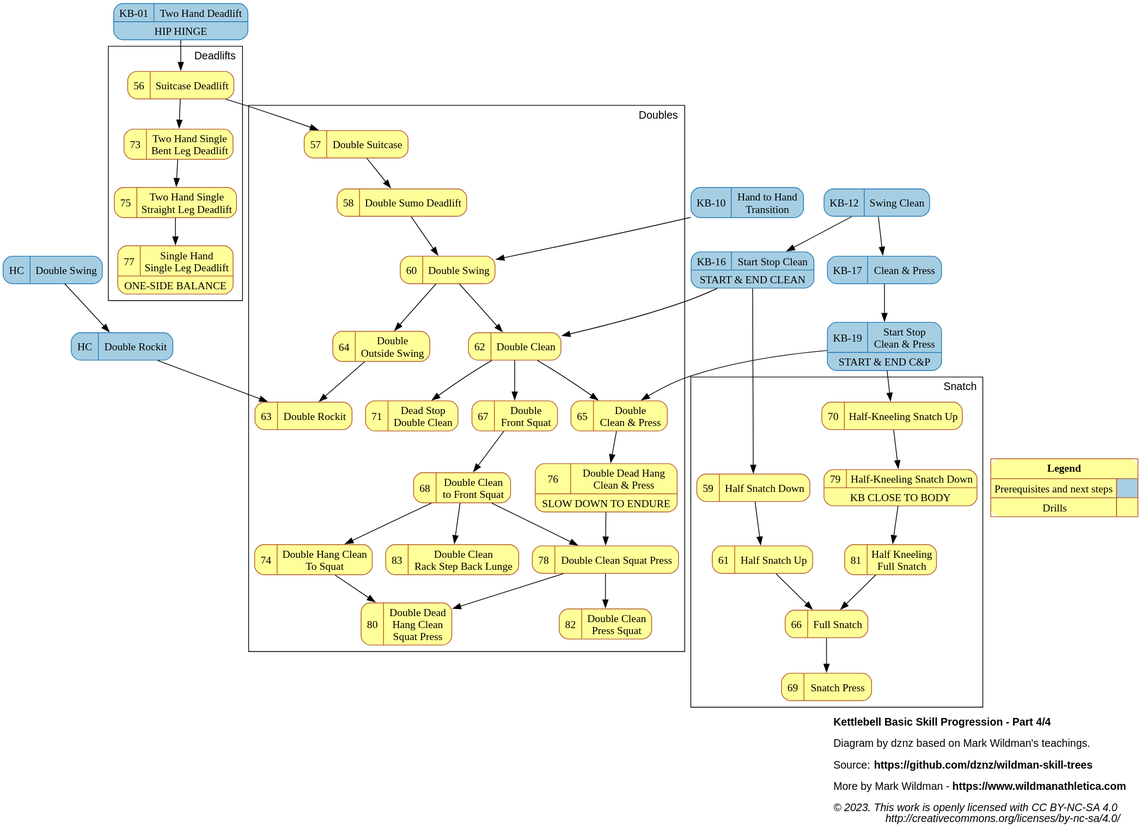
Earlier version of the PlantUML export dist/kb_progression_4.svg (dznz/wildman-skill-trees). Its source is kept beside it as src/kb/kb_progression_4.puml. Source of this version:
```plantuml
@startdot kb_progression_4
digraph kb_progression {

  label=<
<B>Kettlebell Basic Skill Progression - Part 4/4</B><BR ALIGN="LEFT"/><BR ALIGN="LEFT"/>
Diagram by dznz based on Mark Wildman's teachings.<BR ALIGN="LEFT"/><BR ALIGN="LEFT"/>
Source: <B>https://github.com/dznz/wildman-skill-trees</B><BR ALIGN="LEFT"/><BR ALIGN="LEFT"/>
More by Mark Wildman - <B>https://www.wildmanathletica.com</B><BR ALIGN="LEFT"/><BR ALIGN="LEFT"/>
<I>
© 2023. This work is openly licensed with CC BY-NC-SA 4.0<BR ALIGN="RIGHT"/>
http://creativecommons.org/licenses/by-nc-sa/4.0/<BR ALIGN="RIGHT"/>
</I>
  >
  graph [labeljust=r]
  graph [fontname="Helvetica,Arial,sans-serif"]

  node [colorscheme="paired12"]
  node [shape=record]
  node [style="rounded,filled"]
  node [color=12, fillcolor=11]

  subgraph pre {
    node [color=2, fillcolor=1]
    ext_hc_dblswing    [label="{{HC|Double Swing}}"]
    ext_hc_dblrockit   [label="{{HC|Double Rockit}}"]

    mov_01_deadlift       [label="{{KB-01|Two Hand Deadlift}|HIP HINGE}"               URL="https://www.youtube.com/watch?v=x0XkmM34BPI&list=PLk4oYPJ7TXKhX8YqA2AVrfgs_pEF6p7KA&index=1"];
    mov_10_h2h            [label="{{KB-10|Hand to Hand\nTransition}}"                  URL="https://www.youtube.com/watch?v=0Uk0Rdm3QFs&list=PLk4oYPJ7TXKhX8YqA2AVrfgs_pEF6p7KA&index=10"]
    mov_12_clean          [label="KB-12|Swing Clean"                                   URL="https://www.youtube.com/watch?v=_nIsSXWs5iU&list=PLk4oYPJ7TXKhX8YqA2AVrfgs_pEF6p7KA&index=12"]
    mov_16_startstopclean [label="{{KB-16|Start Stop Clean}|START & END CLEAN}"        URL="https://www.youtube.com/watch?v=XbK3jxI0WNQ&list=PLk4oYPJ7TXKhX8YqA2AVrfgs_pEF6p7KA&index=16"]
    mov_17_cap            [label="KB-17|Clean & Press"                                 URL="https://www.youtube.com/watch?v=SSxB3m5qRas&list=PLk4oYPJ7TXKhX8YqA2AVrfgs_pEF6p7KA&index=17"]
    mov_19_startstopcap   [label="{{KB-19|Start Stop\nClean & Press}|START & END C&P}" URL="https://www.youtube.com/watch?v=dSj3kqbuois&list=PLk4oYPJ7TXKhX8YqA2AVrfgs_pEF6p7KA&index=19"]

  }

  mov_56_suitcasedl         [label="{{56|Suitcase Deadlift}}"                               URL="https://www.youtube.com/watch?v=d6i6MwVOmk0&list=PLk4oYPJ7TXKhX8YqA2AVrfgs_pEF6p7KA&index=58"];
  mov_57_dblsuitcase        [label="{{57|Double Suitcase}}"                                 URL="https://www.youtube.com/watch?v=4PSOSrDcGfc&list=PLk4oYPJ7TXKhX8YqA2AVrfgs_pEF6p7KA&index=59"];
  mov_58_dblsumodl          [label="{{58|Double Sumo Deadlift}}"                            URL="https://www.youtube.com/watch?v=gdutIla6nMw"];
  mov_59_halfsnatchdown     [label="{{59|Half Snatch Down}}"                                URL="https://www.youtube.com/watch?v=u2NbMtX_Rb0&list=PLk4oYPJ7TXKhX8YqA2AVrfgs_pEF6p7KA&index=60"];
  mov_60_dblswing           [label="{{60|Double Swing}}"                                    URL="https://www.youtube.com/watch?v=P5IFTJySA_s&list=PLk4oYPJ7TXKhX8YqA2AVrfgs_pEF6p7KA&index=61"];
  mov_61_halfsnatchup       [label="{{61|Half Snatch Up}}"                                  URL="https://www.youtube.com/watch?v=3HEmUyLYjjc"];
  mov_62_dblclean           [label="{{62|Double Clean}}"                                    URL="https://www.youtube.com/watch?v=Qe9ejhAtdGY&list=PLk4oYPJ7TXKhX8YqA2AVrfgs_pEF6p7KA&index=62"];
  //63 is missing, so we put the Double Rockit in its place
  mov_63_dblrockit          [label="{{63|Double Rockit}}"                     URL="https://www.youtube.com/watch?v=zXB6hFrrBkA&list=PLk4oYPJ7TXKhX8YqA2AVrfgs_pEF6p7KA&index=63"];
  mov_64_dbloutswing        [label="{{64|Double\nOutside Swing}}"             URL="https://www.youtube.com/watch?v=yr_fRgGevsE"];
  mov_65_dblcap             [label="{{65|Double\nClean & Press}}"             URL="https://www.youtube.com/watch?v=RizGV8ef--s"];
  mov_66_snatch             [label="{{66|Full Snatch}}"                       URL="https://www.youtube.com/watch?v=f-zkPiAlpQw&list=PLk4oYPJ7TXKhX8YqA2AVrfgs_pEF6p7KA&index=65"];
  mov_67_dblsquat           [label="{{67|Double\nFront Squat}}"               URL="https://www.youtube.com/watch?v=dX5yXJa5Dm0&list=PLk4oYPJ7TXKhX8YqA2AVrfgs_pEF6p7KA&index=66"];
  mov_68_dblclean2squat     [label="{{68|Double Clean\nto Front Squat}}"      URL="https://www.youtube.com/watch?v=R3s6Wb_ApHM"];
  mov_69_snatchpress        [label="{{69|Snatch Press}}"                      URL="https://www.youtube.com/watch?v=IzFPa_Q1yHM&list=PLk4oYPJ7TXKhX8YqA2AVrfgs_pEF6p7KA&index=67"];
  mov_70_kneelsnatchup      [label="{{70|Half-Kneeling Snatch Up}}"           URL="https://www.youtube.com/watch?v=1_UrK5SopL4"];
  mov_71_deaddblclean       [label="{{71|Dead Stop\nDouble Clean}}"           URL="https://www.youtube.com/watch?v=22bKQqMqAQY"];
  // 72|Deck Squat is in part 3
  mov_73_2hsbldl            [label="{{73|Two Hand Single\nBent Leg Deadlift}}"                  URL="https://www.youtube.com/watch?v=-RD1qqe7P8M"];
  mov_74_dblhangclean2squat [label="{{74|Double Hang Clean\nTo Squat}}"                         URL="https://www.youtube.com/watch?v=SdPEkv56Lt8"];
  mov_75_2hssldl            [label="{{75|Two Hand Single\nStraight Leg Deadlift}}"              URL="https://www.youtube.com/watch?v=tMt2hzfFGzo"];
  mov_76_dblhangcap         [label="{{76|Double Dead Hang\nClean & Press}|SLOW DOWN TO ENDURE}" URL="https://www.youtube.com/watch?v=ieDA4V9WGNQ"];
  mov_77_shsldl             [label="{{77|Single Hand\nSingle Leg Deadlift}|ONE-SIDE BALANCE}"   URL="https://www.youtube.com/watch?v=1K4hgXfUinU"];
  mov_78_dblcleansqpress    [label="{{78|Double Clean Squat Press}}"                            URL="https://www.youtube.com/watch?v=fWPDPBliCEk"];
  mov_79_kneelsnatchdown    [label="{{79|Half-Kneeling Snatch Down}|KB CLOSE TO BODY}"          URL="https://www.youtube.com/watch?v=okO-7womT5Q"];
  mov_80_dblhangcsp         [label="{{80|Double Dead\nHang Clean\nSquat Press}}"                URL="https://www.youtube.com/watch?v=DpGOSw7kGO0"];
  mov_81_kneelsnatch        [label="{{81|Half Kneeling\nFull Snatch}}"                          URL="https://www.youtube.com/watch?v=axx4kfUzkl4"];
  mov_82_dblcleanpresssq    [label="{{82|Double Clean\nPress Squat}}"                           URL="https://www.youtube.com/watch?v=t5fDkX3vjiU"];
  mov_83_dblcleansblunge    [label="{{83|Double Clean\nRack Step Back Lunge}}"                  URL="https://www.youtube.com/watch?v=mNt7guHRP4U"];

  // Precursor dependencies
  ext_hc_dblswing -> ext_hc_dblrockit;
  ext_hc_dblrockit -> mov_63_dblrockit;
  mov_10_h2h -> mov_60_dblswing;

  mov_12_clean -> mov_16_startstopclean;
  mov_12_clean -> mov_17_cap;
  mov_17_cap -> mov_19_startstopcap;

  mov_16_startstopclean -> mov_62_dblclean;
  mov_16_startstopclean -> mov_59_halfsnatchdown;
  mov_19_startstopcap -> mov_65_dblcap;
  mov_01_deadlift -> mov_56_suitcasedl;


  // Ungrouped drills
  mov_56_suitcasedl -> mov_57_dblsuitcase;

  subgraph cluster_deadlift {
    label="Deadlifts"
    mov_56_suitcasedl -> mov_73_2hsbldl;
    mov_73_2hsbldl -> mov_75_2hssldl -> mov_77_shsldl;
  }

  subgraph cluster_double {
    label="Doubles"
    mov_64_dbloutswing -> mov_63_dblrockit
    mov_57_dblsuitcase -> mov_58_dblsumodl;
    mov_60_dblswing -> mov_62_dblclean;
    mov_62_dblclean -> mov_65_dblcap;
    mov_62_dblclean -> mov_67_dblsquat;
    mov_67_dblsquat -> mov_68_dblclean2squat;
    mov_62_dblclean -> mov_71_deaddblclean;
    mov_58_dblsumodl -> mov_60_dblswing;
    mov_60_dblswing -> mov_64_dbloutswing;
    mov_68_dblclean2squat -> mov_74_dblhangclean2squat;
    mov_65_dblcap -> mov_76_dblhangcap;
    {mov_76_dblhangcap, mov_68_dblclean2squat} -> mov_78_dblcleansqpress;
    {mov_74_dblhangclean2squat, mov_78_dblcleansqpress} -> mov_80_dblhangcsp;
    {mov_78_dblcleansqpress} -> mov_82_dblcleanpresssq
    {mov_68_dblclean2squat} -> mov_83_dblcleansblunge
  }

  subgraph cluster_snatch {
    label="Snatch"
    mov_59_halfsnatchdown -> mov_61_halfsnatchup -> mov_66_snatch;
    mov_70_kneelsnatchup -> mov_79_kneelsnatchdown -> mov_81_kneelsnatch -> mov_66_snatch
    mov_66_snatch -> mov_69_snatchpress;
  }
  mov_19_startstopcap -> mov_70_kneelsnatchup;

  { rank = sink;
    Legend [shape=none, margin=0, label=<
    <TABLE BORDER="0" CELLBORDER="1" CELLSPACING="0" CELLPADDING="4">
     <TR>
      <TD COLSPAN="2"><B>Legend</B></TD>
     </TR>
     <TR>
      <TD>Prerequisites and next steps</TD>
      <TD BGCOLOR="1">&nbsp;&nbsp;&nbsp;&nbsp;&nbsp;</TD>
     </TR>
     <TR>
      <TD>Drills</TD>
      <TD BGCOLOR="11"></TD>
     </TR>
    </TABLE>
   >];
  }
}
@enddot
```
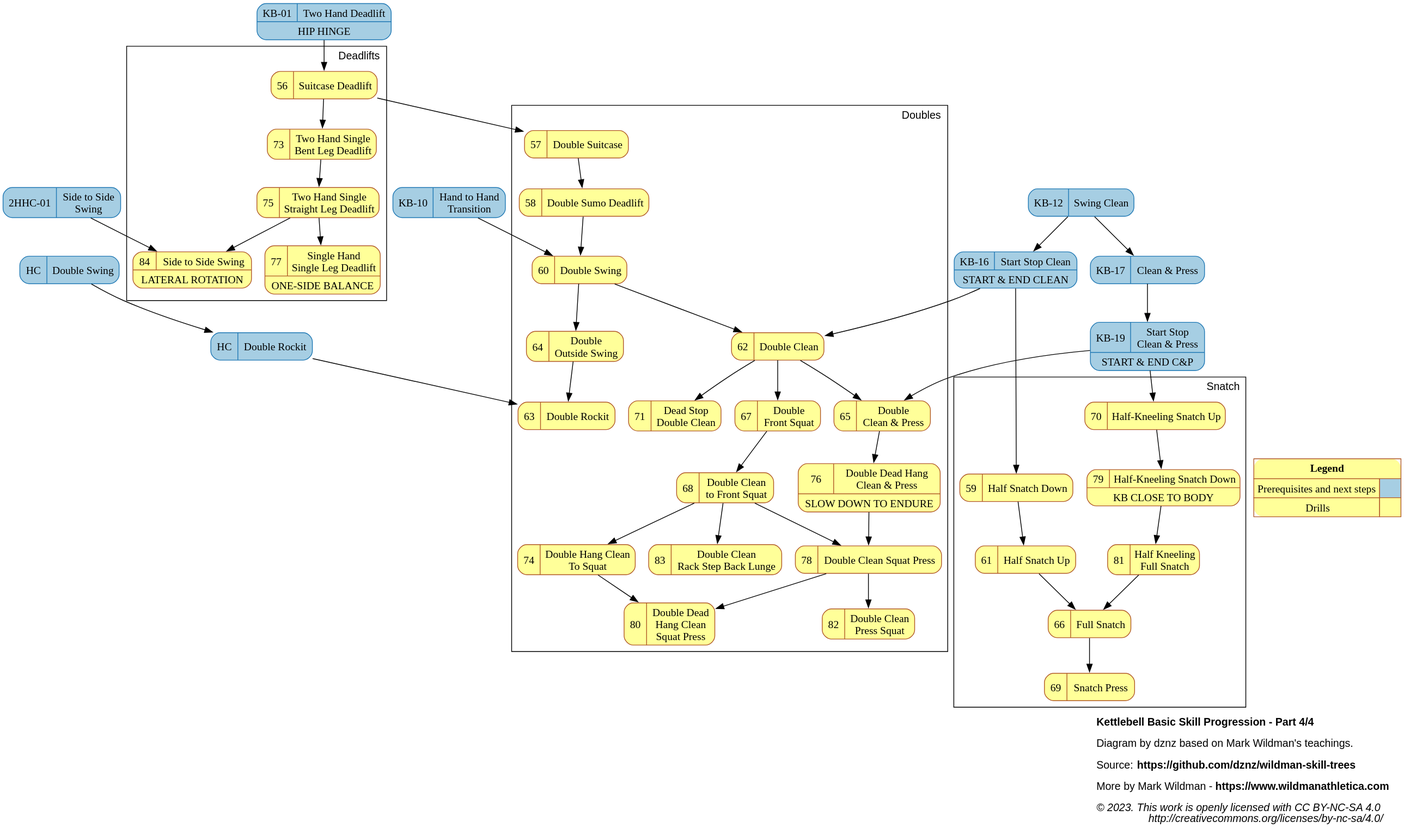
The same diagram one commit later.

What changed in the source:
```diff
@@ -23,6 +23,7 @@
     node [color=2, fillcolor=1]
     ext_hc_dblswing    [label="{{HC|Double Swing}}"]
     ext_hc_dblrockit   [label="{{HC|Double Rockit}}"]
+    ext_hc_s2sswing    [label="{{2HHC-01|Side to Side\nSwing}}"]
 
     mov_01_deadlift       [label="{{KB-01|Two Hand Deadlift}|HIP HINGE}"               URL="https://www.youtube.com/watch?v=x0XkmM34BPI&list=PLk4oYPJ7TXKhX8YqA2AVrfgs_pEF6p7KA&index=1"];
     mov_10_h2h            [label="{{KB-10|Hand to Hand\nTransition}}"                  URL="https://www.youtube.com/watch?v=0Uk0Rdm3QFs&list=PLk4oYPJ7TXKhX8YqA2AVrfgs_pEF6p7KA&index=10"]
@@ -62,10 +63,12 @@
   mov_81_kneelsnatch        [label="{{81|Half Kneeling\nFull Snatch}}"                          URL="https://www.youtube.com/watch?v=axx4kfUzkl4"];
   mov_82_dblcleanpresssq    [label="{{82|Double Clean\nPress Squat}}"                           URL="https://www.youtube.com/watch?v=t5fDkX3vjiU"];
   mov_83_dblcleansblunge    [label="{{83|Double Clean\nRack Step Back Lunge}}"                  URL="https://www.youtube.com/watch?v=mNt7guHRP4U"];
+  mov_84_s2sswing           [label="{{84|Side to Side Swing}|LATERAL ROTATION}"                 URL="https://www.youtube.com/watch?v=W_04Zv3p2HM"];
 
   // Precursor dependencies
   ext_hc_dblswing -> ext_hc_dblrockit;
   ext_hc_dblrockit -> mov_63_dblrockit;
+  ext_hc_s2sswing -> mov_84_s2sswing;
   mov_10_h2h -> mov_60_dblswing;
 
   mov_12_clean -> mov_16_startstopclean;
@@ -85,6 +88,7 @@
     label="Deadlifts"
     mov_56_suitcasedl -> mov_73_2hsbldl;
     mov_73_2hsbldl -> mov_75_2hssldl -> mov_77_shsldl;
+    mov_75_2hssldl -> mov_84_s2sswing;
   }
 
   subgraph cluster_double {
```
